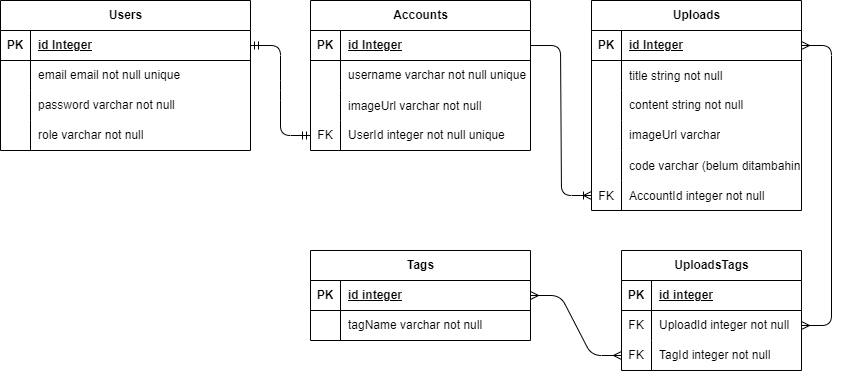
hdwiputra/pp-caber keeps this draw.io diagram as erdPP.drawio.png. Above is the earlier version. Source tidied: cells renumbered, new cells last; positions are measured from the earlier drawing's top-left corner, leaving out a move shared by most shapes.
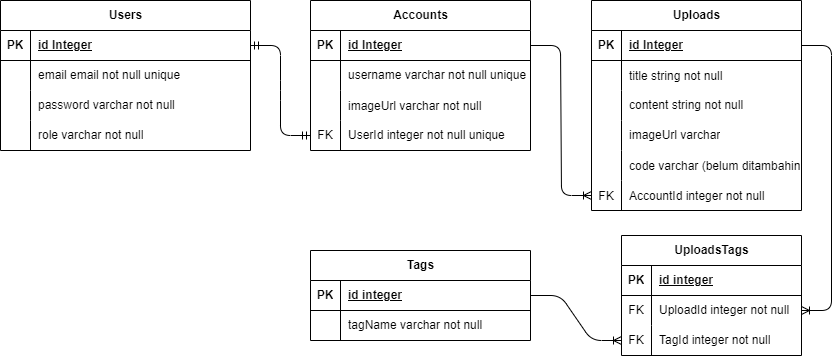
The same diagram one commit later.

Diff of the diagram source:
```diff
@@ -162,7 +162,7 @@
       <mxGeometry x="30" width="190" height="30" as="geometry" />
     </mxCell>
     <mxCell id="55" value="UploadsTags" style="shape=table;startSize=30;rowLines=0;fontStyle=1;align=center;html=1;" parent="1" vertex="1">
-      <mxGeometry x="621" y="250" width="180" height="120" as="geometry" />
+      <mxGeometry x="621" y="235" width="180" height="120" as="geometry" />
     </mxCell>
     <mxCell id="56" style="shape=tableRow;horizontal=0;startSize=0;swimlaneHead=0;swimlaneBody=0;fillColor=none;top=0;left=0;right=0;bottom=1;" parent="55" vertex="1">
       <mxGeometry y="30" width="180" height="30" as="geometry" />
@@ -194,11 +194,11 @@
     <mxCell id="65" style="edgeStyle=entityRelationEdgeStyle;fontSize=12;html=1;endArrow=ERoneToMany;exitX=1;exitY=0.5;exitDx=0;exitDy=0;entryX=0;entryY=0.5;entryDx=0;entryDy=0;" parent="1" edge="1" source="16" target="45">
       <mxGeometry relative="1" as="geometry" />
     </mxCell>
-    <mxCell id="66" style="edgeStyle=entityRelationEdgeStyle;fontSize=12;html=1;endArrow=ERmany;startArrow=ERmany;exitX=1;exitY=0.5;exitDx=0;exitDy=0;entryX=1;entryY=0.5;entryDx=0;entryDy=0;" parent="1" edge="1" source="30" target="59">
-      <mxGeometry relative="1" as="geometry" />
-    </mxCell>
-    <mxCell id="67" style="edgeStyle=entityRelationEdgeStyle;fontSize=12;html=1;endArrow=ERmany;startArrow=ERmany;exitX=0;exitY=0.5;exitDx=0;exitDy=0;entryX=1;entryY=0.5;entryDx=0;entryDy=0;" parent="1" edge="1" source="62" target="49">
+    <mxCell id="67" style="edgeStyle=entityRelationEdgeStyle;fontSize=12;html=1;endArrow=ERoneToMany;exitX=1;exitY=0.5;exitDx=0;exitDy=0;entryX=1;entryY=0.5;entryDx=0;entryDy=0;" parent="1" edge="1" source="30" target="59">
       <mxGeometry relative="1" as="geometry" />
     </mxCell>
+    <mxCell id="68" style="edgeStyle=entityRelationEdgeStyle;fontSize=12;html=1;endArrow=ERoneToMany;exitX=1;exitY=0.5;exitDx=0;exitDy=0;entryX=0;entryY=0.5;entryDx=0;entryDy=0;" parent="1" edge="1" source="49" target="62">
+      <mxGeometry relative="1" as="geometry" />
+    </mxCell>
   </root>
 </mxGraphModel>
```
